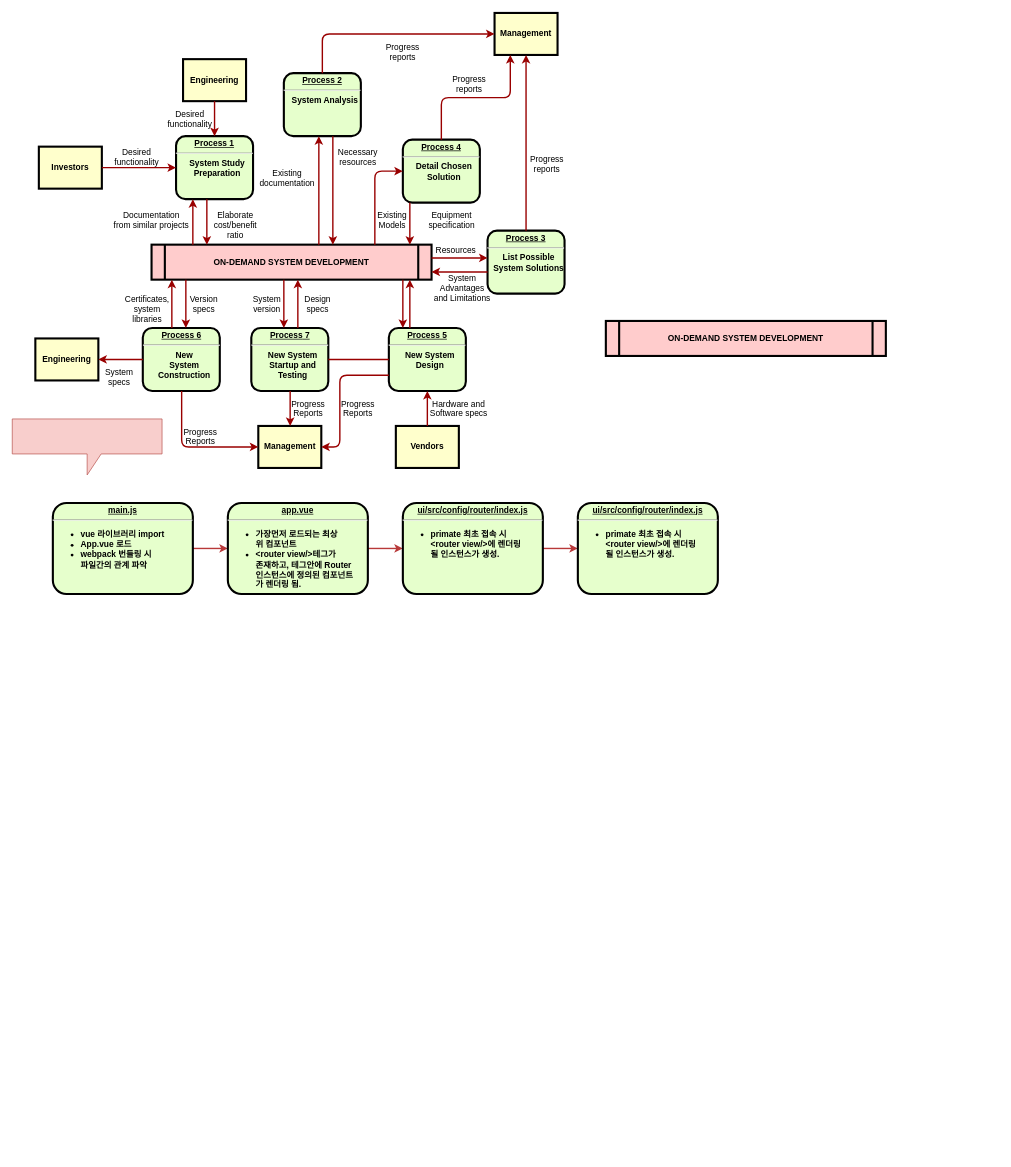
The draw.io diagram primate 다이어그램.drawio in stardom3645/wiki, before the edit. Source tidied: cells renumbered, new cells numbered last; positions are measured from the earlier drawing's top-left corner, leaving out a move shared by most shapes. Both pictures are drawn from the tidied source at 70%, with x=0, y=0 at pixel (12, 13).
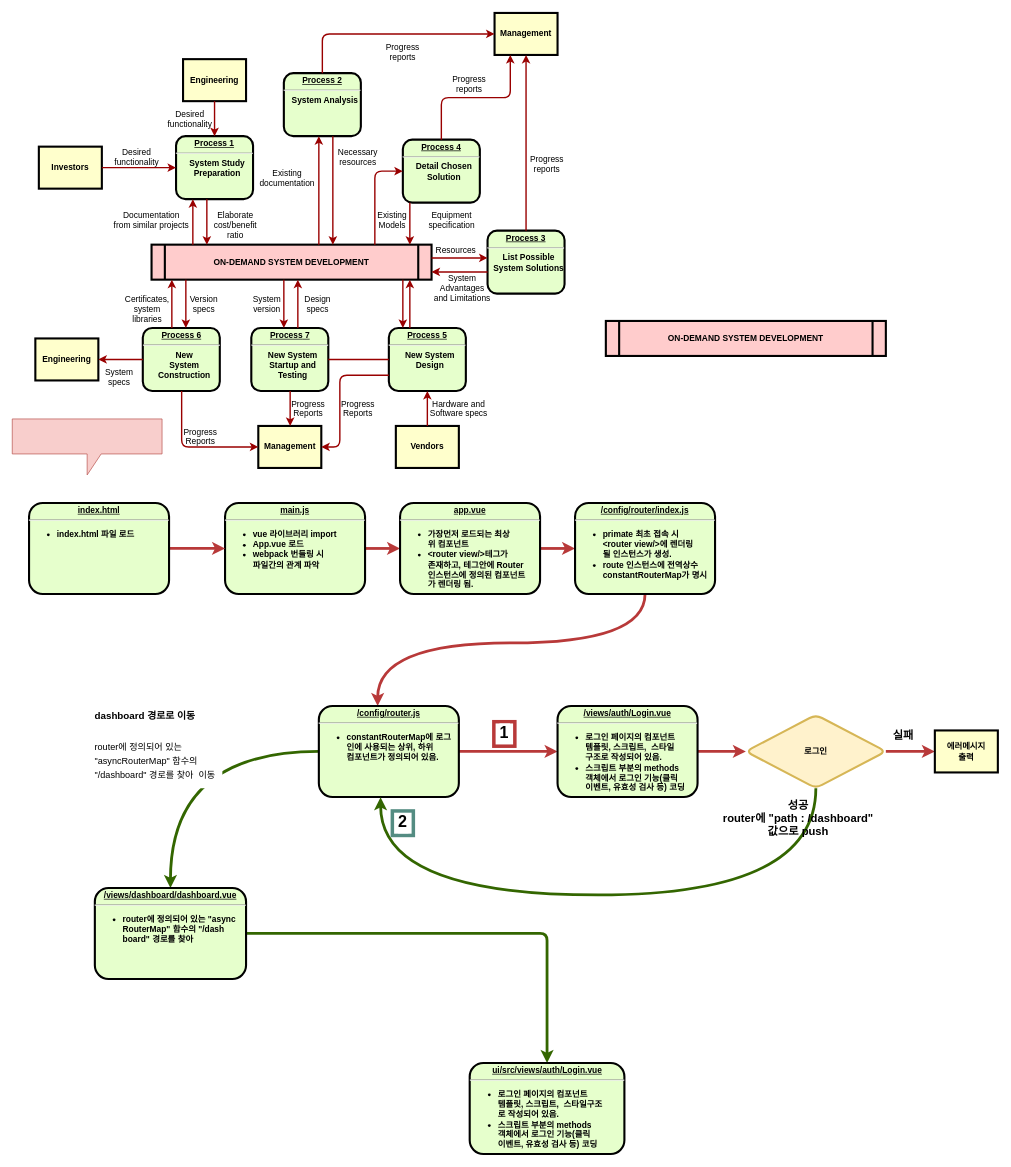
Above is the later version.

Commit message (it also covers changes not shown here):
primate 다이어그램.drawio 업데이트

What changed in the source:
```diff
@@
-    <mxCell id="65" style="edgeStyle=orthogonalEdgeStyle;rounded=1;jettySize=auto;html=1;strokeColor=#B83939;strokeWidth=2;" parent="1" edge="1" source="66" target="68">
+    <mxCell id="65" style="edgeStyle=orthogonalEdgeStyle;rounded=1;jettySize=auto;html=1;strokeColor=#B83939;strokeWidth=4;" parent="1" edge="1" source="66" target="68">
       <mxGeometry relative="1" as="geometry" />
     </mxCell>
     <mxCell id="66" value="&lt;p style=&quot;margin: 0px ; margin-top: 4px ; text-align: center ; text-decoration: underline&quot;&gt;&lt;strong&gt;main.js&lt;/strong&gt;&lt;/p&gt;&lt;hr&gt;&lt;p style=&quot;margin: 0px ; margin-left: 8px&quot;&gt;&lt;/p&gt;&lt;ul&gt;&lt;li style=&quot;text-align: left&quot;&gt;vue 라이브러리 import&lt;/li&gt;&lt;li style=&quot;text-align: left&quot;&gt;App.vue 로드&lt;/li&gt;&lt;li style=&quot;text-align: left&quot;&gt;webpack 번들링 시&lt;br&gt;파일간의 관계 파악&lt;/li&gt;&lt;/ul&gt;&lt;p&gt;&lt;/p&gt;&lt;p style=&quot;margin: 0px ; margin-left: 8px&quot;&gt;&lt;br&gt;&lt;/p&gt;" style="verticalAlign=middle;align=center;overflow=fill;fontSize=12;fontFamily=Helvetica;html=1;rounded=1;fontStyle=1;strokeWidth=3;fillColor=#E6FFCC;" parent="1" vertex="1">
-      <mxGeometry x="58" y="700" width="200" height="130" as="geometry" />
+      <mxGeometry x="304" y="700" width="200" height="130" as="geometry" />
     </mxCell>
-    <mxCell id="67" style="edgeStyle=orthogonalEdgeStyle;rounded=1;jettySize=auto;html=1;strokeColor=#B83939;strokeWidth=2;" parent="1" edge="1" source="68" target="70">
+    <mxCell id="67" style="edgeStyle=orthogonalEdgeStyle;rounded=1;jettySize=auto;html=1;strokeColor=#B83939;strokeWidth=4;" parent="1" edge="1" source="68" target="70">
       <mxGeometry relative="1" as="geometry" />
     </mxCell>
     <mxCell id="68" value="&lt;p style=&quot;margin: 0px ; margin-top: 4px ; text-align: center ; text-decoration: underline&quot;&gt;app.vue&lt;/p&gt;&lt;hr&gt;&lt;p style=&quot;margin: 0px ; margin-left: 8px&quot;&gt;&lt;/p&gt;&lt;ul&gt;&lt;li style=&quot;text-align: left&quot;&gt;가장먼저 로드되는 최상&lt;br&gt;위 컴포넌트&lt;/li&gt;&lt;li style=&quot;text-align: left&quot;&gt;&amp;lt;router view/&amp;gt;테그가&lt;br&gt;존재하고, 테그안에 Router&lt;br&gt;인스턴스에 정의된 컴포넌트&lt;br&gt;가 렌더링 됨.&amp;nbsp;&lt;/li&gt;&lt;/ul&gt;" style="verticalAlign=middle;align=center;overflow=fill;fontSize=12;fontFamily=Helvetica;html=1;rounded=1;fontStyle=1;strokeWidth=3;fillColor=#E6FFCC;" parent="1" vertex="1">
-      <mxGeometry x="308" y="700" width="200" height="130" as="geometry" />
+      <mxGeometry x="554" y="700" width="200" height="130" as="geometry" />
     </mxCell>
-    <mxCell id="69" style="edgeStyle=orthogonalEdgeStyle;rounded=1;jettySize=auto;html=1;strokeColor=#B83939;strokeWidth=2;" parent="1" edge="1" source="70" target="71">
-      <mxGeometry relative="1" as="geometry" />
+    <mxCell id="69" style="edgeStyle=orthogonalEdgeStyle;jettySize=auto;html=1;strokeColor=#B83939;strokeWidth=4;curved=1;" parent="1" edge="1" source="70" target="71">
+      <mxGeometry relative="1" as="geometry">
+        <Array as="points">
+          <mxPoint x="904" y="900" />
+          <mxPoint x="522" y="900" />
+        </Array>
+      </mxGeometry>
     </mxCell>
-    <mxCell id="70" value="&lt;p style=&quot;margin: 0px ; margin-top: 4px ; text-align: center ; text-decoration: underline&quot;&gt;&lt;strong&gt;ui/src/config/router/index.js&lt;/strong&gt;&lt;/p&gt;&lt;hr&gt;&lt;p style=&quot;margin: 0px ; margin-left: 8px&quot;&gt;&lt;/p&gt;&lt;ul&gt;&lt;li style=&quot;text-align: left&quot;&gt;primate 최초 접속 시&lt;br&gt;&amp;lt;router view/&amp;gt;에 렌더링&lt;br&gt;될 인스턴스가 생성.&lt;/li&gt;&lt;/ul&gt;&lt;p&gt;&lt;/p&gt;&lt;p style=&quot;margin: 0px ; margin-left: 8px&quot;&gt;&lt;br&gt;&lt;/p&gt;" style="verticalAlign=middle;align=center;overflow=fill;fontSize=12;fontFamily=Helvetica;html=1;rounded=1;fontStyle=1;strokeWidth=3;fillColor=#E6FFCC;" parent="1" vertex="1">
-      <mxGeometry x="558" y="700" width="200" height="130" as="geometry" />
+    <mxCell id="70" value="&lt;p style=&quot;margin: 0px ; margin-top: 4px ; text-align: center ; text-decoration: underline&quot;&gt;&lt;strong&gt;/config/router/index.js&lt;/strong&gt;&lt;/p&gt;&lt;hr&gt;&lt;p style=&quot;margin: 0px ; margin-left: 8px&quot;&gt;&lt;/p&gt;&lt;ul&gt;&lt;li style=&quot;text-align: left&quot;&gt;primate 최초 접속 시&lt;br&gt;&amp;lt;router view/&amp;gt;에 렌더링&lt;br&gt;될 인스턴스가 생성.&lt;/li&gt;&lt;li style=&quot;text-align: left&quot;&gt;route 인스턴스에 전역상수 &lt;br&gt;constantRouterMap가 명시&lt;br&gt;&lt;/li&gt;&lt;/ul&gt;&lt;p&gt;&lt;/p&gt;&lt;p style=&quot;margin: 0px ; margin-left: 8px&quot;&gt;&lt;br&gt;&lt;/p&gt;" style="verticalAlign=middle;align=center;overflow=fill;fontSize=12;fontFamily=Helvetica;html=1;rounded=1;fontStyle=1;strokeWidth=3;fillColor=#E6FFCC;" parent="1" vertex="1">
+      <mxGeometry x="804" y="700" width="200" height="130" as="geometry" />
     </mxCell>
+    <mxCell id="72" style="edgeStyle=orthogonalEdgeStyle;rounded=1;jettySize=auto;html=1;strokeColor=#B83939;strokeWidth=4;" parent="1" edge="1" source="71" target="75">
+      <mxGeometry relative="1" as="geometry" />
+    </mxCell>
+    <mxCell id="73" style="edgeStyle=orthogonalEdgeStyle;curved=1;jettySize=auto;html=1;strokeWidth=4;fontSize=23;strokeColor=#336600;" parent="1" edge="1" source="71" target="80">
+      <mxGeometry relative="1" as="geometry" />
+    </mxCell>
-    <mxCell id="71" value="&lt;p style=&quot;margin: 0px ; margin-top: 4px ; text-align: center ; text-decoration: underline&quot;&gt;&lt;strong&gt;ui/src/config/router/index.js&lt;/strong&gt;&lt;/p&gt;&lt;hr&gt;&lt;p style=&quot;margin: 0px ; margin-left: 8px&quot;&gt;&lt;/p&gt;&lt;ul&gt;&lt;li style=&quot;text-align: left&quot;&gt;primate 최초 접속 시&lt;br&gt;&amp;lt;router view/&amp;gt;에 렌더링&lt;br&gt;될 인스턴스가 생성.&lt;/li&gt;&lt;/ul&gt;&lt;p&gt;&lt;/p&gt;&lt;p style=&quot;margin: 0px ; margin-left: 8px&quot;&gt;&lt;br&gt;&lt;/p&gt;" style="verticalAlign=middle;align=center;overflow=fill;fontSize=12;fontFamily=Helvetica;html=1;rounded=1;fontStyle=1;strokeWidth=3;fillColor=#E6FFCC;" parent="1" vertex="1">
-      <mxGeometry x="808" y="700" width="200" height="130" as="geometry" />
+    <mxCell id="71" value="&lt;p style=&quot;margin: 0px ; margin-top: 4px ; text-align: center ; text-decoration: underline&quot;&gt;&lt;strong&gt;/config/router.js&lt;/strong&gt;&lt;/p&gt;&lt;hr&gt;&lt;p style=&quot;margin: 0px ; margin-left: 8px&quot;&gt;&lt;/p&gt;&lt;ul&gt;&lt;li style=&quot;text-align: left&quot;&gt;constantRouterMap에 로그&lt;br&gt;인에 사용되는 상위, 하위 &lt;br&gt;컴포넌트가 정의되어 있음.&lt;/li&gt;&lt;/ul&gt;" style="verticalAlign=middle;align=center;overflow=fill;fontSize=12;fontFamily=Helvetica;html=1;rounded=1;fontStyle=1;strokeWidth=3;fillColor=#E6FFCC;" parent="1" vertex="1">
+      <mxGeometry x="438" y="990" width="200" height="130" as="geometry" />
     </mxCell>
+    <mxCell id="74" style="edgeStyle=orthogonalEdgeStyle;rounded=1;jettySize=auto;html=1;strokeColor=#B83939;strokeWidth=4;" parent="1" edge="1" source="75" target="78">
+      <mxGeometry relative="1" as="geometry" />
+    </mxCell>
+    <mxCell id="75" value="&lt;p style=&quot;margin: 4px 0px 0px ; text-align: center ; text-decoration: underline&quot;&gt;&lt;strong&gt;/views/auth/Login.vue&lt;/strong&gt;&lt;/p&gt;&lt;hr&gt;&lt;p style=&quot;margin: 0px ; margin-left: 8px&quot;&gt;&lt;/p&gt;&lt;ul&gt;&lt;li style=&quot;text-align: left&quot;&gt;로그인 페이지의 컴포넌트&lt;br&gt;템플릿, 스크립트,&amp;nbsp; 스타일&lt;br&gt;구조로 작성되어 있음.&lt;/li&gt;&lt;li style=&quot;text-align: left&quot;&gt;스크립트 부분의 methods&lt;br&gt;객체에서 로그인 기능(클릭&lt;br&gt;이벤트, 유효성 검사 등) 코딩&lt;br&gt;&lt;/li&gt;&lt;/ul&gt;" style="verticalAlign=middle;align=center;overflow=fill;fontSize=12;fontFamily=Helvetica;html=1;rounded=1;fontStyle=1;strokeWidth=3;fillColor=#E6FFCC;" parent="1" vertex="1">
+      <mxGeometry x="779" y="990" width="200" height="130" as="geometry" />
+    </mxCell>
+    <mxCell id="76" style="edgeStyle=orthogonalEdgeStyle;rounded=1;jettySize=auto;html=1;strokeColor=#B83939;strokeWidth=4;" parent="1" edge="1" source="78" target="83">
+      <mxGeometry relative="1" as="geometry" />
+    </mxCell>
+    <mxCell id="77" style="edgeStyle=orthogonalEdgeStyle;curved=1;jettySize=auto;html=1;strokeWidth=4;entryX=0.441;entryY=1.004;entryDx=0;entryDy=0;entryPerimeter=0;strokeColor=#336600;" parent="1" edge="1" source="78" target="71">
+      <mxGeometry relative="1" as="geometry">
+        <Array as="points">
+          <mxPoint x="1148" y="1260" />
+          <mxPoint x="526" y="1230" />
+        </Array>
+      </mxGeometry>
+    </mxCell>
+    <mxCell id="78" value="로그인" style="rhombus;whiteSpace=wrap;html=1;rounded=1;fontStyle=1;strokeWidth=3;fillColor=#fff2cc;strokeColor=#d6b656;" parent="1" vertex="1">
+      <mxGeometry x="1048" y="1002.5" width="200" height="105" as="geometry" />
+    </mxCell>
+    <mxCell id="79" style="edgeStyle=orthogonalEdgeStyle;rounded=1;jettySize=auto;html=1;strokeWidth=4;strokeColor=#336600;" parent="1" edge="1" source="80" target="86">
+      <mxGeometry relative="1" as="geometry" />
+    </mxCell>
+    <mxCell id="80" value="&lt;p style=&quot;margin: 4px 0px 0px ; text-align: center ; text-decoration: underline&quot;&gt;&lt;strong&gt;/views/dashboard/dashboard.vue&lt;/strong&gt;&lt;/p&gt;&lt;hr&gt;&lt;p style=&quot;margin: 0px ; margin-left: 8px&quot;&gt;&lt;/p&gt;&lt;ul&gt;&lt;li style=&quot;text-align: left&quot;&gt;router에 정의되어 있는 &quot;async&lt;br&gt;RouterMap&quot; 함수의 &quot;/dash&lt;br&gt;board&quot; 경로를 찾아&amp;nbsp;&amp;nbsp;&lt;/li&gt;&lt;/ul&gt;" style="verticalAlign=middle;align=center;overflow=fill;fontSize=12;fontFamily=Helvetica;html=1;rounded=1;fontStyle=1;strokeWidth=3;fillColor=#E6FFCC;" parent="1" vertex="1">
+      <mxGeometry x="118" y="1250" width="216" height="130" as="geometry" />
+    </mxCell>
+    <mxCell id="81" value="성공&#10;router에 &quot;path : /dashboard&quot;&#10;값으로 push" style="text;spacingTop=-5;align=center;fontStyle=1;fontSize=16;" parent="1" vertex="1">
+      <mxGeometry x="1108" y="1120" width="30" height="20" as="geometry" />
+    </mxCell>
+    <mxCell id="82" value="실패" style="text;spacingTop=-5;align=center;fontStyle=1;fontSize=16;" parent="1" vertex="1">
+      <mxGeometry x="1258" y="1020" width="30" height="20" as="geometry" />
+    </mxCell>
+    <mxCell id="83" value="에러메시지&#10;출력" style="whiteSpace=wrap;align=center;verticalAlign=middle;fontStyle=1;strokeWidth=3;fillColor=#FFFFCC;" parent="1" vertex="1">
+      <mxGeometry x="1318" y="1025" width="90" height="60" as="geometry" />
+    </mxCell>
+    <mxCell id="84" style="edgeStyle=orthogonalEdgeStyle;rounded=1;jettySize=auto;html=1;exitX=1;exitY=0.5;exitDx=0;exitDy=0;strokeColor=#B83939;strokeWidth=4;" parent="1" edge="1" source="85" target="66">
+      <mxGeometry relative="1" as="geometry" />
+    </mxCell>
+    <mxCell id="85" value="&lt;p style=&quot;margin: 0px ; margin-top: 4px ; text-align: center ; text-decoration: underline&quot;&gt;&lt;strong&gt;index.html&lt;/strong&gt;&lt;/p&gt;&lt;hr&gt;&lt;p style=&quot;margin: 0px ; margin-left: 8px&quot;&gt;&lt;/p&gt;&lt;ul&gt;&lt;li style=&quot;text-align: left&quot;&gt;index.html 파일 로드&lt;br&gt;&lt;/li&gt;&lt;/ul&gt;&lt;p&gt;&lt;/p&gt;&lt;p style=&quot;margin: 0px ; margin-left: 8px&quot;&gt;&lt;br&gt;&lt;/p&gt;" style="verticalAlign=middle;align=center;overflow=fill;fontSize=12;fontFamily=Helvetica;html=1;rounded=1;fontStyle=1;strokeWidth=3;fillColor=#E6FFCC;" parent="1" vertex="1">
+      <mxGeometry x="24" y="700" width="200" height="130" as="geometry" />
+    </mxCell>
+    <mxCell id="86" value="&lt;p style=&quot;margin: 4px 0px 0px ; text-align: center ; text-decoration: underline&quot;&gt;&lt;strong&gt;ui/src/views/auth/Login.vue&lt;/strong&gt;&lt;/p&gt;&lt;hr&gt;&lt;p style=&quot;margin: 0px ; margin-left: 8px&quot;&gt;&lt;/p&gt;&lt;ul&gt;&lt;li style=&quot;text-align: left&quot;&gt;로그인 페이지의 컴포넌트&lt;br&gt;템플릿, 스크립트,&amp;nbsp; 스타일구조&lt;br&gt;로 작성되어 있음.&lt;/li&gt;&lt;li style=&quot;text-align: left&quot;&gt;스크립트 부분의 methods&lt;br&gt;객체에서 로그인 기능(클릭&lt;br&gt;이벤트, 유효성 검사 등) 코딩&lt;br&gt;&lt;/li&gt;&lt;/ul&gt;" style="verticalAlign=middle;align=center;overflow=fill;fontSize=12;fontFamily=Helvetica;html=1;rounded=1;fontStyle=1;strokeWidth=3;fillColor=#E6FFCC;" parent="1" vertex="1">
+      <mxGeometry x="653.5" y="1500" width="221" height="130" as="geometry" />
+    </mxCell>
+    <mxCell id="87" value="1" style="text;spacingTop=-5;align=center;fontStyle=1;fontSize=23;strokeWidth=5;labelBorderColor=none;labelBackgroundColor=#ffffff;strokeColor=#B83939;" parent="1" vertex="1">
+      <mxGeometry x="688" y="1012.5" width="30" height="35" as="geometry" />
+    </mxCell>
+    <mxCell id="88" value="2" style="text;spacingTop=-5;align=center;fontStyle=1;fontSize=23;strokeColor=#548C82;strokeWidth=5;labelBorderColor=none;labelBackgroundColor=#ffffff;" parent="1" vertex="1">
+      <mxGeometry x="543" y="1140" width="30" height="35" as="geometry" />
+    </mxCell>
+    <mxCell id="89" style="edgeStyle=orthogonalEdgeStyle;curved=1;orthogonalLoop=1;jettySize=auto;html=1;exitX=0.5;exitY=1;exitDx=0;exitDy=0;strokeColor=#336600;strokeWidth=4;fontSize=16;" parent="1" edge="1" source="81" target="81">
+      <mxGeometry relative="1" as="geometry" />
+    </mxCell>
+    <mxCell id="90" value="&lt;h1&gt;&lt;font style=&quot;font-size: 14px&quot;&gt;dashboard 경로로 이동&lt;/font&gt;&lt;/h1&gt;&lt;p&gt;&lt;font style=&quot;font-size: 13px&quot;&gt;router에 정의되어 있는 &quot;asyncRouterMap&quot; 함수의 &quot;/dashboard&quot; 경로를 찾아&amp;nbsp; 이동&lt;/font&gt;&lt;/p&gt;" style="text;html=1;strokeColor=none;fillColor=none;spacing=5;spacingTop=-20;whiteSpace=wrap;overflow=hidden;rounded=0;labelBackgroundColor=#ffffff;fontSize=16;" parent="1" vertex="1">
+      <mxGeometry x="113" y="967.5" width="191" height="140" as="geometry" />
+    </mxCell>
```
